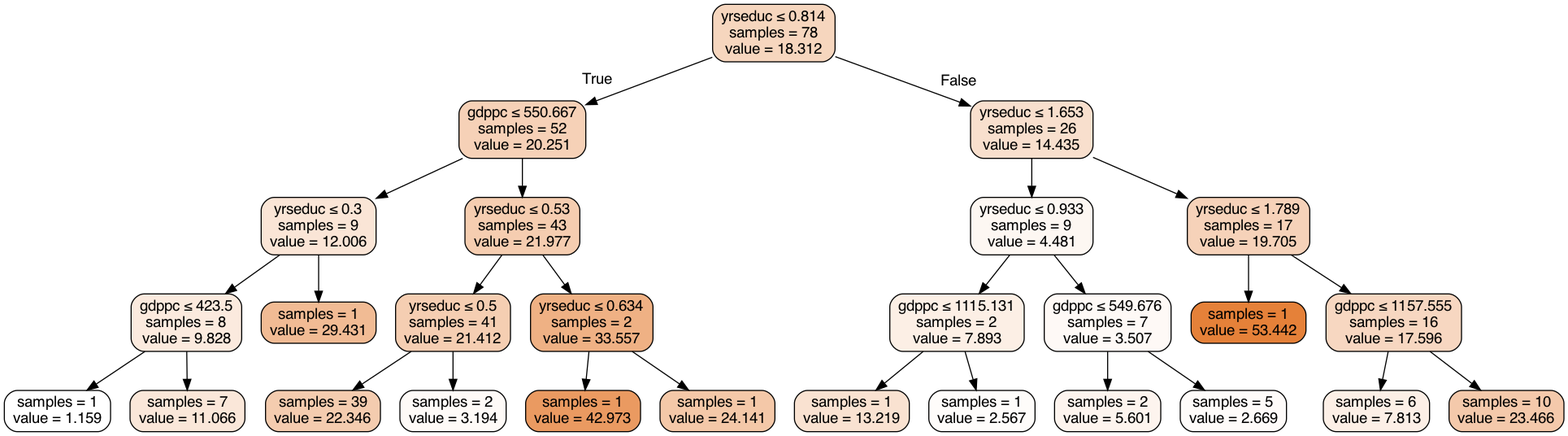
This is tree2.gv.png from briellebush3/cse163project, a Graphviz export, as it was before one commit. Its source is kept beside it as tree2.gv.
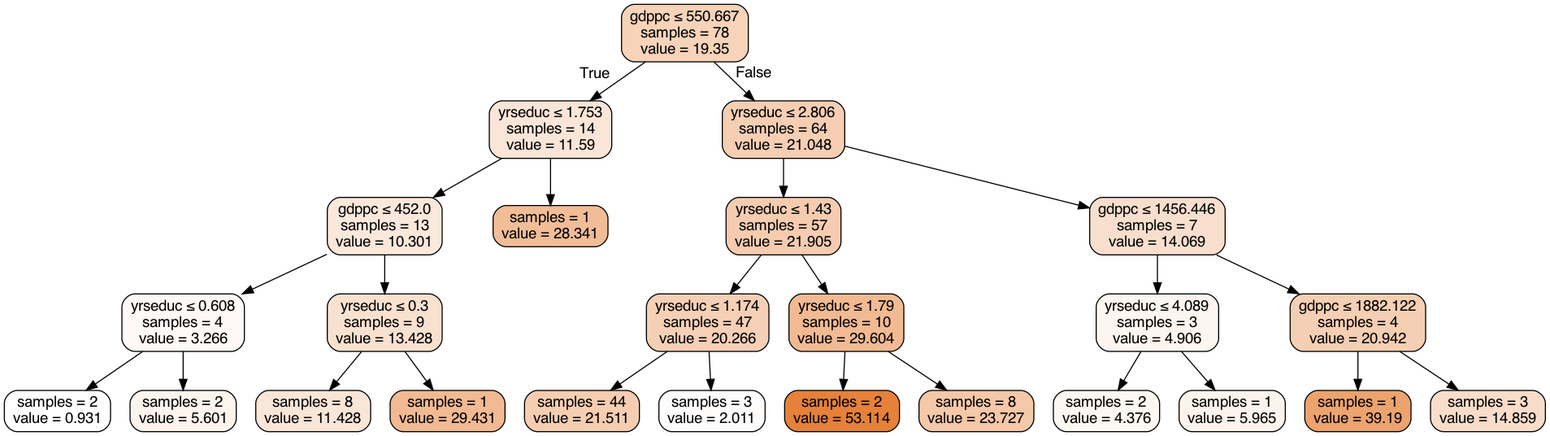
The same file after the commit.

Diff of the diagram source:
```diff
@@ -1,57 +1,53 @@
 digraph Tree {
 node [shape=box, style="filled, rounded", color="black", fontname="helvetica"] ;
 edge [fontname="helvetica"] ;
-0 [label=<yrseduc &le; 0.814<br/>samples = 78<br/>value = 18.312>, fillcolor="#f6d6be"] ;
-1 [label=<gdppc &le; 550.667<br/>samples = 52<br/>value = 20.251>, fillcolor="#f6d1b7"] ;
+0 [label=<gdppc &le; 550.667<br/>samples = 78<br/>value = 19.35>, fillcolor="#f6d3b9"] ;
+1 [label=<yrseduc &le; 1.753<br/>samples = 14<br/>value = 11.59>, fillcolor="#fae5d7"] ;
 0 -> 1 [labeldistance=2.5, labelangle=45, headlabel="True"] ;
-2 [label=<yrseduc &le; 0.3<br/>samples = 9<br/>value = 12.006>, fillcolor="#fae5d6"] ;
+2 [label=<gdppc &le; 452.0<br/>samples = 13<br/>value = 10.301>, fillcolor="#fae8db"] ;
 1 -> 2 ;
-3 [label=<gdppc &le; 423.5<br/>samples = 8<br/>value = 9.828>, fillcolor="#fbeade"] ;
+3 [label=<yrseduc &le; 0.608<br/>samples = 4<br/>value = 3.266>, fillcolor="#fef9f6"] ;
 2 -> 3 ;
-4 [label=<samples = 1<br/>value = 1.159>, fillcolor="#ffffff"] ;
+4 [label=<samples = 2<br/>value = 0.931>, fillcolor="#ffffff"] ;
 3 -> 4 ;
-5 [label=<samples = 7<br/>value = 11.066>, fillcolor="#fae7d9"] ;
+5 [label=<samples = 2<br/>value = 5.601>, fillcolor="#fdf4ed"] ;
 3 -> 5 ;
-6 [label=<samples = 1<br/>value = 29.431>, fillcolor="#f1bb94"] ;
+6 [label=<yrseduc &le; 0.3<br/>samples = 9<br/>value = 13.428>, fillcolor="#f9e1d0"] ;
 2 -> 6 ;
-7 [label=<yrseduc &le; 0.53<br/>samples = 43<br/>value = 21.977>, fillcolor="#f5cdb0"] ;
-1 -> 7 ;
-8 [label=<yrseduc &le; 0.5<br/>samples = 41<br/>value = 21.412>, fillcolor="#f5ceb2"] ;
-7 -> 8 ;
-9 [label=<samples = 39<br/>value = 22.346>, fillcolor="#f4ccaf"] ;
-8 -> 9 ;
-10 [label=<samples = 2<br/>value = 3.194>, fillcolor="#fefaf7"] ;
-8 -> 10 ;
-11 [label=<yrseduc &le; 0.634<br/>samples = 2<br/>value = 33.557>, fillcolor="#efb184"] ;
-7 -> 11 ;
-12 [label=<samples = 1<br/>value = 42.973>, fillcolor="#ea9a61"] ;
+7 [label=<samples = 8<br/>value = 11.428>, fillcolor="#fae6d7"] ;
+6 -> 7 ;
+8 [label=<samples = 1<br/>value = 29.431>, fillcolor="#f1ba93"] ;
+6 -> 8 ;
+9 [label=<samples = 1<br/>value = 28.341>, fillcolor="#f1bd97"] ;
+1 -> 9 ;
+10 [label=<yrseduc &le; 2.806<br/>samples = 64<br/>value = 21.048>, fillcolor="#f5ceb3"] ;
+0 -> 10 [labeldistance=2.5, labelangle=-45, headlabel="False"] ;
+11 [label=<yrseduc &le; 1.43<br/>samples = 57<br/>value = 21.905>, fillcolor="#f5ccaf"] ;
+10 -> 11 ;
+12 [label=<yrseduc &le; 1.174<br/>samples = 47<br/>value = 20.266>, fillcolor="#f5d0b6"] ;
 11 -> 12 ;
-13 [label=<samples = 1<br/>value = 24.141>, fillcolor="#f4c8a8"] ;
-11 -> 13 ;
-14 [label=<yrseduc &le; 1.653<br/>samples = 26<br/>value = 14.435>, fillcolor="#f8dfcd"] ;
-0 -> 14 [labeldistance=2.5, labelangle=-45, headlabel="False"] ;
-15 [label=<yrseduc &le; 0.933<br/>samples = 9<br/>value = 4.481>, fillcolor="#fdf7f2"] ;
-14 -> 15 ;
-16 [label=<gdppc &le; 1115.131<br/>samples = 2<br/>value = 7.893>, fillcolor="#fcefe5"] ;
+13 [label=<samples = 44<br/>value = 21.511>, fillcolor="#f5cdb1"] ;
+12 -> 13 ;
+14 [label=<samples = 3<br/>value = 2.011>, fillcolor="#fefcfb"] ;
+12 -> 14 ;
+15 [label=<yrseduc &le; 1.79<br/>samples = 10<br/>value = 29.604>, fillcolor="#f1ba92"] ;
+11 -> 15 ;
+16 [label=<samples = 2<br/>value = 53.114>, fillcolor="#e58139"] ;
 15 -> 16 ;
-17 [label=<samples = 1<br/>value = 13.219>, fillcolor="#f9e2d1"] ;
-16 -> 17 ;
-18 [label=<samples = 1<br/>value = 2.567>, fillcolor="#fefcfa"] ;
-16 -> 18 ;
-19 [label=<gdppc &le; 549.676<br/>samples = 7<br/>value = 3.507>, fillcolor="#fef9f6"] ;
-15 -> 19 ;
-20 [label=<samples = 2<br/>value = 5.601>, fillcolor="#fdf4ee"] ;
+17 [label=<samples = 8<br/>value = 23.727>, fillcolor="#f4c8a9"] ;
+15 -> 17 ;
+18 [label=<gdppc &le; 1456.446<br/>samples = 7<br/>value = 14.069>, fillcolor="#f8dfcd"] ;
+10 -> 18 ;
+19 [label=<yrseduc &le; 4.089<br/>samples = 3<br/>value = 4.906>, fillcolor="#fdf5f0"] ;
+18 -> 19 ;
+20 [label=<samples = 2<br/>value = 4.376>, fillcolor="#fdf7f2"] ;
 19 -> 20 ;
-21 [label=<samples = 5<br/>value = 2.669>, fillcolor="#fefbf9"] ;
+21 [label=<samples = 1<br/>value = 5.965>, fillcolor="#fcf3ec"] ;
 19 -> 21 ;
-22 [label=<yrseduc &le; 1.789<br/>samples = 17<br/>value = 19.705>, fillcolor="#f6d2b9"] ;
-14 -> 22 ;
-23 [label=<samples = 1<br/>value = 53.442>, fillcolor="#e58139"] ;
+22 [label=<gdppc &le; 1882.122<br/>samples = 4<br/>value = 20.942>, fillcolor="#f5cfb3"] ;
+18 -> 22 ;
+23 [label=<samples = 1<br/>value = 39.19>, fillcolor="#eca36e"] ;
 22 -> 23 ;
-24 [label=<gdppc &le; 1157.555<br/>samples = 16<br/>value = 17.596>, fillcolor="#f7d7c1"] ;
+24 [label=<samples = 3<br/>value = 14.859>, fillcolor="#f8ddca"] ;
 22 -> 24 ;
-25 [label=<samples = 6<br/>value = 7.813>, fillcolor="#fcefe6"] ;
-24 -> 25 ;
-26 [label=<samples = 10<br/>value = 23.466>, fillcolor="#f4c9ab"] ;
-24 -> 26 ;
 }
```
